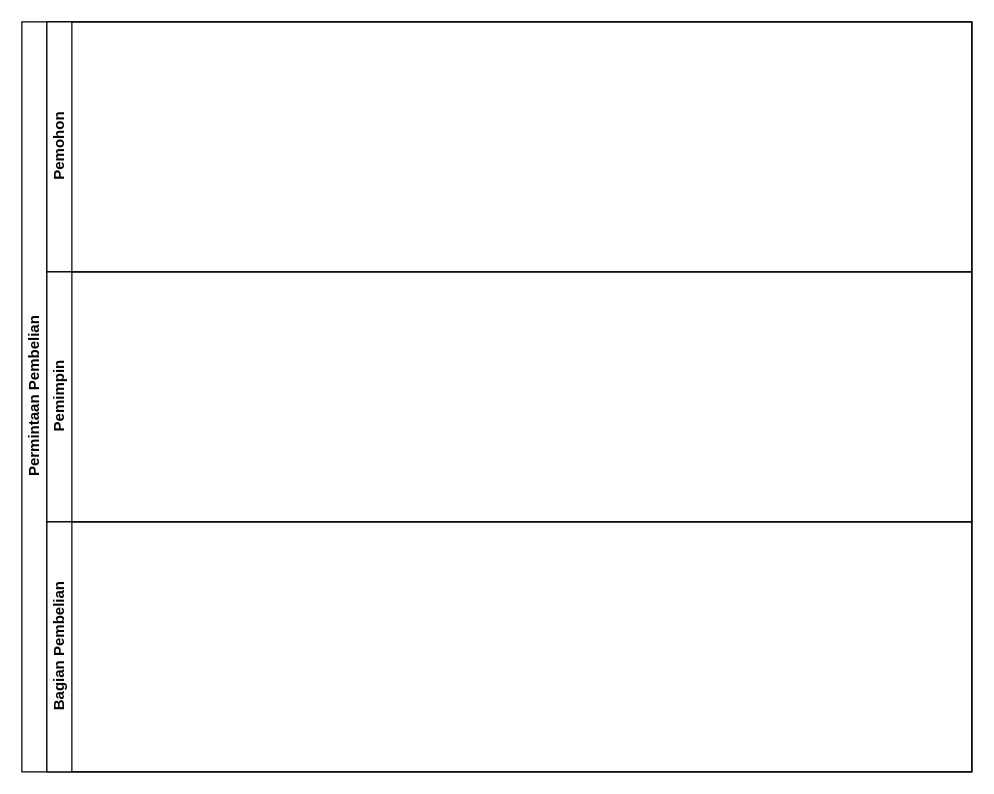
Earlier version of the draw.io diagram Tugas/BPMN7.drawio (kucingtakucin/Proses-Bisnis-dan-SIM). Source tidied: cells renumbered, new cells numbered last; positions are measured from the earlier drawing's top-left corner, leaving out a move shared by most shapes. Both pictures are drawn from the tidied source at 125%, with x=0, y=0 at pixel (21, 21).
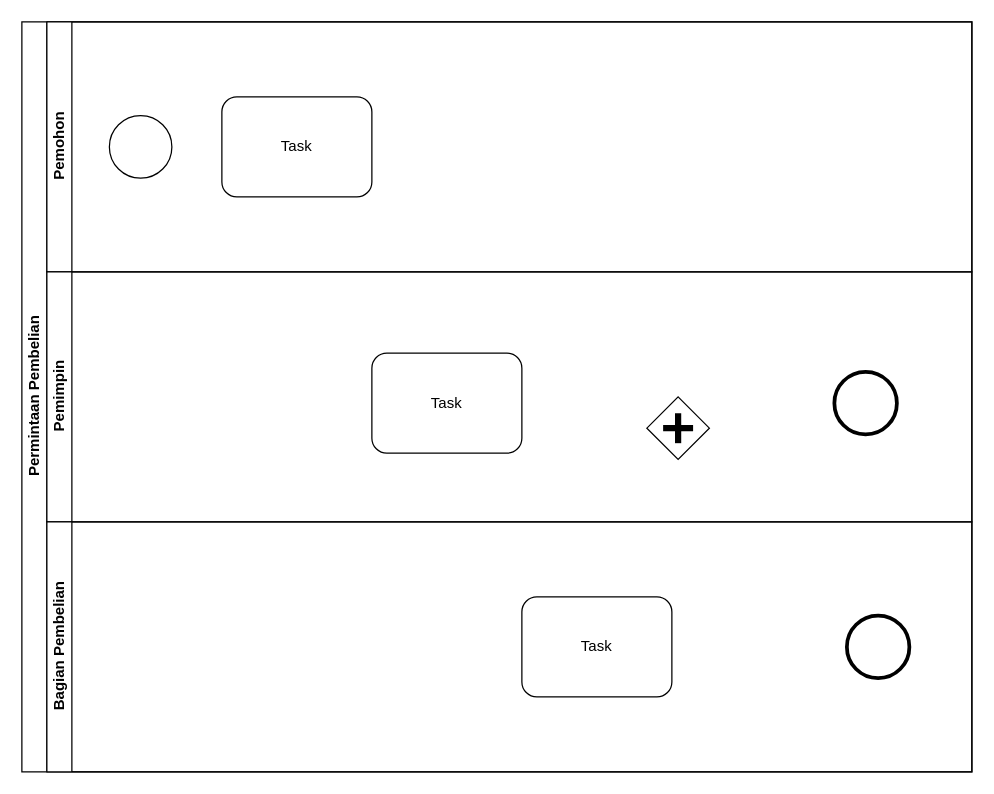
The same diagram, later.

What changed in the source:
```diff
@@
 <mxGraphModel>
   <root>
     <mxCell id="0" />
     <mxCell id="1" parent="0" />
     <mxCell id="2" value="&lt;div&gt;Permintaan Pembelian&lt;/div&gt;" style="swimlane;html=1;horizontal=0;startSize=20;" parent="1" vertex="1">
       <mxGeometry width="760" height="600" as="geometry" />
     </mxCell>
     <mxCell id="3" value="Pemohon" style="swimlane;html=1;startSize=20;horizontal=0;" parent="2" vertex="1">
       <mxGeometry x="20" width="740" height="200" as="geometry" />
     </mxCell>
+    <mxCell id="6" style="shape=mxgraph.bpmn.shape;html=1;verticalLabelPosition=bottom;labelBackgroundColor=#ffffff;verticalAlign=top;align=center;perimeter=ellipsePerimeter;outline=standard;symbol=general;" parent="3" vertex="1">
+      <mxGeometry x="50" y="75" width="50" height="50" as="geometry" />
+    </mxCell>
+    <mxCell id="7" value="Task" style="shape=ext;rounded=1;html=1;whiteSpace=wrap;" parent="3" vertex="1">
+      <mxGeometry x="140" y="60" width="120" height="80" as="geometry" />
+    </mxCell>
     <mxCell id="4" value="Pemimpin" style="swimlane;html=1;startSize=20;horizontal=0;" parent="2" vertex="1">
       <mxGeometry x="20" y="200" width="740" height="200" as="geometry" />
     </mxCell>
+    <mxCell id="8" style="shape=mxgraph.bpmn.shape;html=1;verticalLabelPosition=bottom;labelBackgroundColor=#ffffff;verticalAlign=top;align=center;perimeter=ellipsePerimeter;outline=end;symbol=general;" parent="4" vertex="1">
+      <mxGeometry x="630" y="80" width="50" height="50" as="geometry" />
+    </mxCell>
+    <mxCell id="9" value="Task" style="shape=ext;rounded=1;html=1;whiteSpace=wrap;" parent="4" vertex="1">
+      <mxGeometry x="260" y="65" width="120" height="80" as="geometry" />
+    </mxCell>
     <mxCell id="5" value="Bagian Pembelian" style="swimlane;html=1;startSize=20;horizontal=0;" parent="2" vertex="1">
       <mxGeometry x="20" y="400" width="740" height="200" as="geometry" />
     </mxCell>
+    <mxCell id="10" style="shape=mxgraph.bpmn.shape;html=1;verticalLabelPosition=bottom;labelBackgroundColor=#ffffff;verticalAlign=top;align=center;perimeter=ellipsePerimeter;outline=end;symbol=general;" parent="5" vertex="1">
+      <mxGeometry x="640" y="75" width="50" height="50" as="geometry" />
+    </mxCell>
+    <mxCell id="11" value="Task" style="shape=ext;rounded=1;html=1;whiteSpace=wrap;" parent="5" vertex="1">
+      <mxGeometry x="380" y="60" width="120" height="80" as="geometry" />
+    </mxCell>
+    <mxCell id="12" style="shape=mxgraph.bpmn.shape;html=1;verticalLabelPosition=bottom;labelBackgroundColor=#ffffff;verticalAlign=top;align=center;perimeter=rhombusPerimeter;background=gateway;outline=none;symbol=parallelGw;" parent="1" vertex="1">
+      <mxGeometry x="500" y="300" width="50" height="50" as="geometry" />
+    </mxCell>
   </root>
 </mxGraphModel>
```
